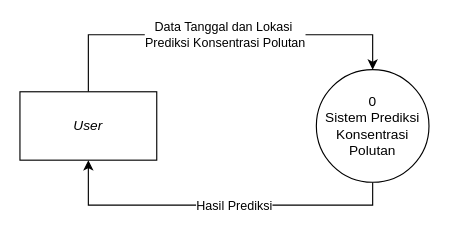
Above: page "Page-2" (2 of 12) of sistem.drawio in lullabymav/skrpsi (draw.io), before the change. Source tidied: cells renumbered, new cells numbered last; positions are measured from the earlier drawing's top-left corner, leaving out a move shared by most shapes. Both pictures are drawn from the tidied source at 114%, with x=0, y=0 at pixel (19, 34).
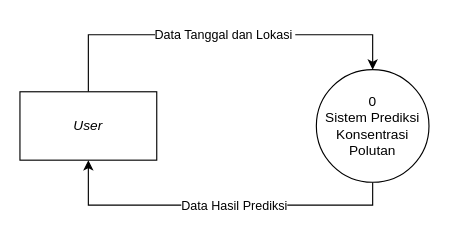
The same page after the edit.

Diff of the diagram source:
```diff
@@
 <mxGraphModel>
   <root>
     <mxCell id="0" />
     <mxCell id="1" parent="0" />
-    <mxCell id="2" value="Data Tanggal dan Lokasi&amp;nbsp;&lt;div&gt;Prediksi Konsentrasi Polutan&lt;/div&gt;" style="edgeStyle=orthogonalEdgeStyle;rounded=0;jettySize=auto;html=1;exitX=0.5;exitY=0;exitDx=0;exitDy=0;entryX=0.5;entryY=0;entryDx=0;entryDy=0;" parent="1" edge="1" source="3" target="5">
+    <mxCell id="2" value="Data Tanggal dan Lokasi&amp;nbsp;" style="edgeStyle=orthogonalEdgeStyle;rounded=0;jettySize=auto;html=1;exitX=0.5;exitY=0;exitDx=0;exitDy=0;entryX=0.5;entryY=0;entryDx=0;entryDy=0;" parent="1" edge="1" source="3" target="5">
       <mxGeometry x="0.03" relative="1" as="geometry">
         <Array as="points">
           <mxPoint x="60" />
           <mxPoint x="309" />
         </Array>
       </mxGeometry>
     </mxCell>
     <mxCell id="3" value="&lt;i&gt;User&lt;/i&gt;" style="rounded=0;whiteSpace=wrap;html=1;" parent="1" vertex="1">
       <mxGeometry y="50" width="120" height="60" as="geometry" />
     </mxCell>
-    <mxCell id="4" value="Hasil Prediksi" style="edgeStyle=orthogonalEdgeStyle;rounded=0;jettySize=auto;html=1;exitX=0.5;exitY=1;exitDx=0;exitDy=0;entryX=0.5;entryY=1;entryDx=0;entryDy=0;" parent="1" edge="1" source="5" target="3">
+    <mxCell id="4" value="Data Hasil Prediksi" style="edgeStyle=orthogonalEdgeStyle;rounded=0;jettySize=auto;html=1;exitX=0.5;exitY=1;exitDx=0;exitDy=0;entryX=0.5;entryY=1;entryDx=0;entryDy=0;" parent="1" edge="1" source="5" target="3">
       <mxGeometry x="-0.09" y="1" relative="1" as="geometry" />
     </mxCell>
     <mxCell id="5" value="0&lt;div&gt;Sistem Prediksi Konsentrasi Polutan&lt;/div&gt;" style="ellipse;whiteSpace=wrap;html=1;" parent="1" vertex="1">
       <mxGeometry x="260" y="30.6" width="98.8" height="98.8" as="geometry" />
     </mxCell>
   </root>
 </mxGraphModel>
```
